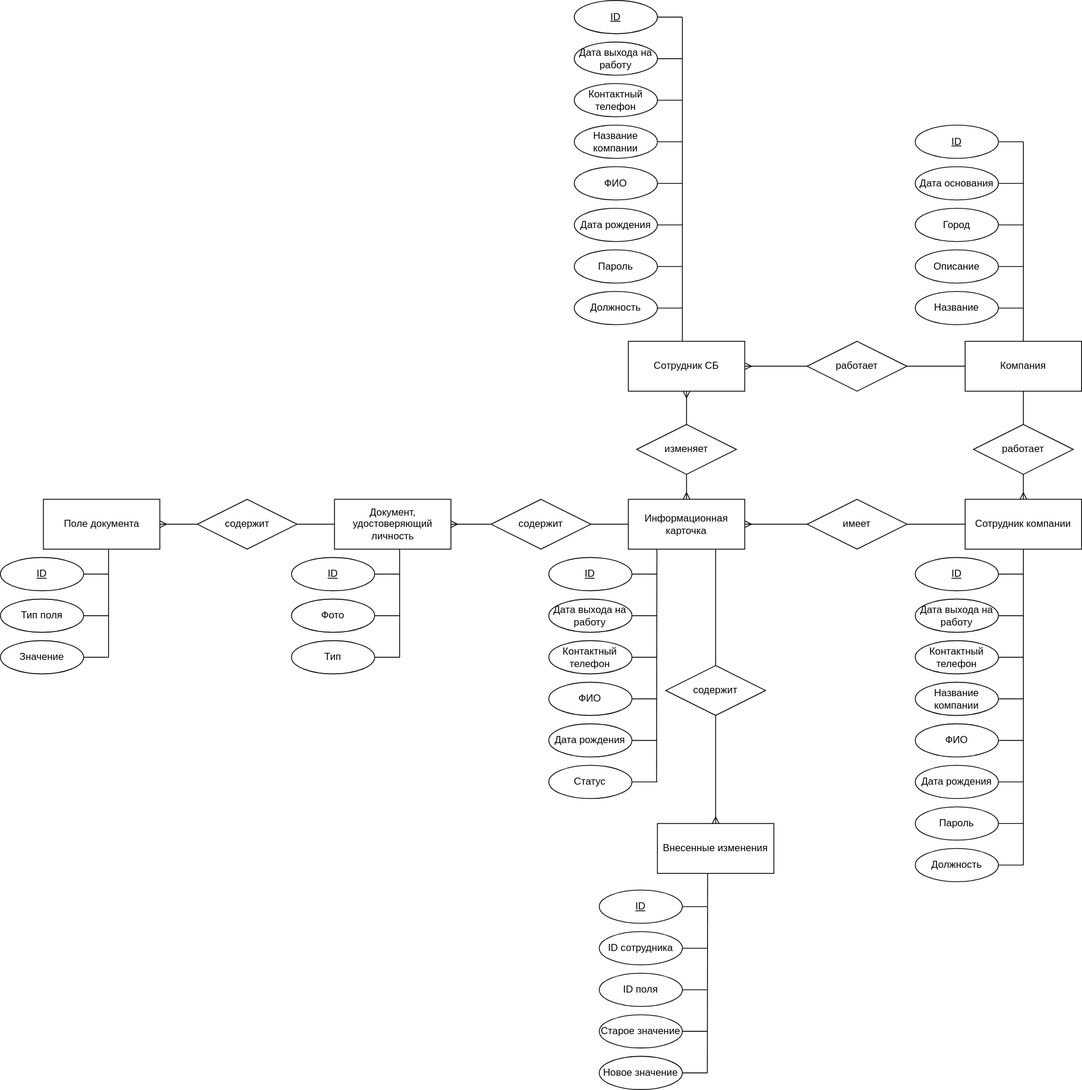
Earlier version of the draw.io export diagrams/ER.svg (pstpn/PPO). Source tidied: cells renumbered, new cells last; positions are measured from the earlier drawing's top-left corner, leaving out a move shared by most shapes.
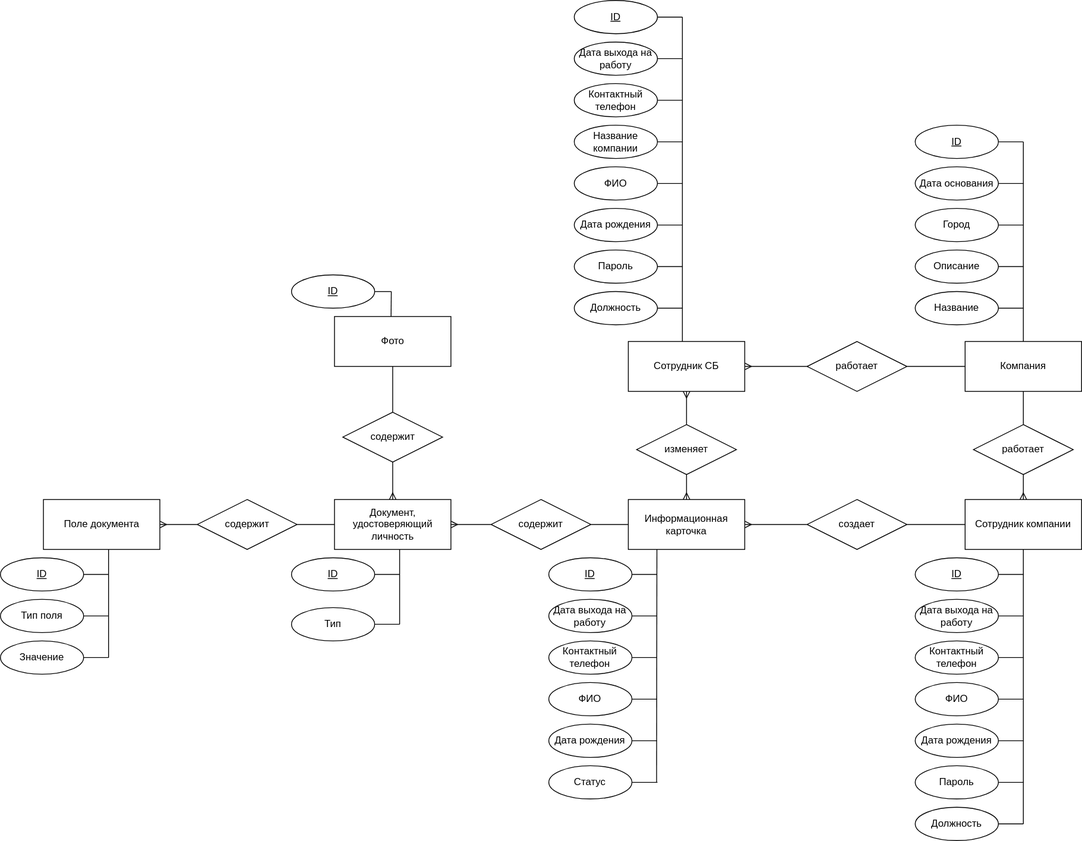
Later version of the same file.

Diff of the diagram source:
```diff
@@ -76,7 +76,7 @@
     <mxCell id="25" style="fontSize=12;html=1;endArrow=none;rounded=0;endFill=0;" parent="1" edge="1" source="26" target="21">
       <mxGeometry relative="1" as="geometry" />
     </mxCell>
-    <mxCell id="26" value="имеет" style="shape=rhombus;perimeter=rhombusPerimeter;whiteSpace=wrap;html=1;align=center;" parent="1" vertex="1">
+    <mxCell id="26" value="создает" style="shape=rhombus;perimeter=rhombusPerimeter;whiteSpace=wrap;html=1;align=center;" parent="1" vertex="1">
       <mxGeometry x="970" y="600" width="120" height="60" as="geometry" />
     </mxCell>
     <mxCell id="27" value="ФИО" style="ellipse;whiteSpace=wrap;html=1;align=center;" parent="1" vertex="1">
@@ -173,7 +173,7 @@
       </mxGeometry>
     </mxCell>
     <mxCell id="46" value="Должность" style="ellipse;whiteSpace=wrap;html=1;align=center;" parent="1" vertex="1">
-      <mxGeometry x="1100" y="1020" width="100" height="40" as="geometry" />
+      <mxGeometry x="1100" y="970" width="100" height="40" as="geometry" />
     </mxCell>
     <mxCell id="47" value="ID" style="ellipse;whiteSpace=wrap;html=1;align=center;fontStyle=4;" parent="1" vertex="1">
       <mxGeometry x="1100" y="670" width="100" height="40" as="geometry" />
@@ -185,16 +185,13 @@
       <mxGeometry x="1100" y="770" width="100" height="40" as="geometry" />
     </mxCell>
     <mxCell id="50" value="Пароль" style="ellipse;whiteSpace=wrap;html=1;align=center;" parent="1" vertex="1">
-      <mxGeometry x="1100" y="970" width="100" height="40" as="geometry" />
+      <mxGeometry x="1100" y="920" width="100" height="40" as="geometry" />
     </mxCell>
     <mxCell id="51" value="Дата рождения" style="ellipse;whiteSpace=wrap;html=1;align=center;" parent="1" vertex="1">
-      <mxGeometry x="1100" y="920" width="100" height="40" as="geometry" />
+      <mxGeometry x="1100" y="870" width="100" height="40" as="geometry" />
     </mxCell>
-    <mxCell id="52" value="Название компании" style="ellipse;whiteSpace=wrap;html=1;align=center;" parent="1" vertex="1">
-      <mxGeometry x="1100" y="820" width="100" height="40" as="geometry" />
-    </mxCell>
     <mxCell id="53" value="ФИО" style="ellipse;whiteSpace=wrap;html=1;align=center;" parent="1" vertex="1">
-      <mxGeometry x="1100" y="870" width="100" height="40" as="geometry" />
+      <mxGeometry x="1100" y="820" width="100" height="40" as="geometry" />
     </mxCell>
     <mxCell id="54" style="endArrow=none;html=1;rounded=0;" parent="1" edge="1" source="48">
       <mxGeometry relative="1" as="geometry">
@@ -211,34 +208,29 @@
         <mxPoint x="1230" y="790" as="targetPoint" />
       </mxGeometry>
     </mxCell>
-    <mxCell id="57" style="endArrow=none;html=1;rounded=0;" parent="1" edge="1" source="52">
-      <mxGeometry relative="1" as="geometry">
-        <mxPoint x="1230" y="840" as="targetPoint" />
-      </mxGeometry>
-    </mxCell>
     <mxCell id="58" style="endArrow=none;html=1;rounded=0;" parent="1" edge="1" source="53">
       <mxGeometry relative="1" as="geometry">
-        <mxPoint x="1230" y="890" as="targetPoint" />
+        <mxPoint x="1230" y="840" as="targetPoint" />
       </mxGeometry>
     </mxCell>
     <mxCell id="59" style="endArrow=none;html=1;rounded=0;" parent="1" edge="1" source="51">
       <mxGeometry relative="1" as="geometry">
-        <mxPoint x="1230" y="940" as="targetPoint" />
+        <mxPoint x="1230" y="890" as="targetPoint" />
       </mxGeometry>
     </mxCell>
     <mxCell id="60" style="endArrow=none;html=1;rounded=0;" parent="1" edge="1" source="50">
       <mxGeometry relative="1" as="geometry">
-        <mxPoint x="1230" y="990" as="targetPoint" />
+        <mxPoint x="1230" y="940" as="targetPoint" />
       </mxGeometry>
     </mxCell>
     <mxCell id="61" style="endArrow=none;html=1;rounded=0;" parent="1" edge="1" source="46">
       <mxGeometry relative="1" as="geometry">
-        <mxPoint x="1230" y="1040" as="targetPoint" />
+        <mxPoint x="1230" y="990" as="targetPoint" />
       </mxGeometry>
     </mxCell>
     <mxCell id="62" style="endArrow=none;html=1;rounded=0;" parent="1" edge="1" target="21">
       <mxGeometry relative="1" as="geometry">
-        <mxPoint x="1230" y="1040" as="sourcePoint" />
+        <mxPoint x="1230" y="990" as="sourcePoint" />
       </mxGeometry>
     </mxCell>
     <mxCell id="63" value="ID" style="ellipse;whiteSpace=wrap;html=1;align=center;fontStyle=4;" parent="1" vertex="1">
@@ -293,17 +285,9 @@
     <mxCell id="75" value="ID" style="ellipse;whiteSpace=wrap;html=1;align=center;fontStyle=4;" parent="1" vertex="1">
       <mxGeometry x="350" y="670" width="100" height="40" as="geometry" />
     </mxCell>
-    <mxCell id="76" value="Фото" style="ellipse;whiteSpace=wrap;html=1;align=center;" parent="1" vertex="1">
-      <mxGeometry x="350" y="720" width="100" height="40" as="geometry" />
-    </mxCell>
     <mxCell id="77" value="Тип" style="ellipse;whiteSpace=wrap;html=1;align=center;" parent="1" vertex="1">
-      <mxGeometry x="350" y="770" width="100" height="40" as="geometry" />
+      <mxGeometry x="350" y="730" width="100" height="40" as="geometry" />
     </mxCell>
-    <mxCell id="78" style="endArrow=none;html=1;rounded=0;" parent="1" edge="1" source="76">
-      <mxGeometry relative="1" as="geometry">
-        <mxPoint x="480" y="740" as="targetPoint" />
-      </mxGeometry>
-    </mxCell>
     <mxCell id="79" style="endArrow=none;html=1;rounded=0;" parent="1" edge="1" source="75">
       <mxGeometry relative="1" as="geometry">
         <mxPoint x="480" y="690" as="targetPoint" />
@@ -311,12 +295,12 @@
     </mxCell>
     <mxCell id="80" style="endArrow=none;html=1;rounded=0;" parent="1" edge="1" source="77">
       <mxGeometry relative="1" as="geometry">
-        <mxPoint x="480" y="790" as="targetPoint" />
+        <mxPoint x="480" y="750" as="targetPoint" />
       </mxGeometry>
     </mxCell>
     <mxCell id="81" style="endArrow=none;html=1;rounded=0;" parent="1" edge="1">
       <mxGeometry relative="1" as="geometry">
-        <mxPoint x="480" y="790" as="sourcePoint" />
+        <mxPoint x="480" y="750" as="sourcePoint" />
         <mxPoint x="480" y="660" as="targetPoint" />
       </mxGeometry>
     </mxCell>
@@ -371,64 +355,6 @@
         <mxPoint x="130" y="660" as="targetPoint" />
       </mxGeometry>
     </mxCell>
-    <mxCell id="96" style="fontSize=12;html=1;endArrow=ERmany;rounded=0;" parent="1" edge="1" source="98" target="99">
-      <mxGeometry relative="1" as="geometry" />
-    </mxCell>
-    <mxCell id="97" style="fontSize=12;html=1;endArrow=none;rounded=0;endFill=0;entryX=0.75;entryY=1;entryDx=0;entryDy=0;" parent="1" edge="1" source="98" target="23">
-      <mxGeometry relative="1" as="geometry" />
-    </mxCell>
-    <mxCell id="98" value="содержит" style="shape=rhombus;perimeter=rhombusPerimeter;whiteSpace=wrap;html=1;align=center;" parent="1" vertex="1">
-      <mxGeometry x="800" y="800" width="120" height="60" as="geometry" />
-    </mxCell>
-    <mxCell id="99" value="Внесенные изменения" style="shape=ext;margin=3;double=0;whiteSpace=wrap;html=1;align=center;" parent="1" vertex="1">
-      <mxGeometry x="790" y="990" width="140" height="60" as="geometry" />
-    </mxCell>
-    <mxCell id="100" value="ID" style="ellipse;whiteSpace=wrap;html=1;align=center;fontStyle=4;" parent="1" vertex="1">
-      <mxGeometry x="720" y="1070" width="100" height="40" as="geometry" />
-    </mxCell>
-    <mxCell id="101" value="ID сотрудника" style="ellipse;whiteSpace=wrap;html=1;align=center;" parent="1" vertex="1">
-      <mxGeometry x="720" y="1120" width="100" height="40" as="geometry" />
-    </mxCell>
-    <mxCell id="102" value="ID поля" style="ellipse;whiteSpace=wrap;html=1;align=center;" parent="1" vertex="1">
-      <mxGeometry x="720" y="1170" width="100" height="40" as="geometry" />
-    </mxCell>
-    <mxCell id="103" value="Новое значение" style="ellipse;whiteSpace=wrap;html=1;align=center;" parent="1" vertex="1">
-      <mxGeometry x="720" y="1270" width="100" height="40" as="geometry" />
-    </mxCell>
-    <mxCell id="104" value="Старое значение" style="ellipse;whiteSpace=wrap;html=1;align=center;" parent="1" vertex="1">
-      <mxGeometry x="720" y="1220" width="100" height="40" as="geometry" />
-    </mxCell>
-    <mxCell id="105" style="endArrow=none;html=1;rounded=0;" parent="1" edge="1" source="101">
-      <mxGeometry relative="1" as="geometry">
-        <mxPoint x="850" y="1140" as="targetPoint" />
-      </mxGeometry>
-    </mxCell>
-    <mxCell id="106" style="endArrow=none;html=1;rounded=0;" parent="1" edge="1" source="100">
-      <mxGeometry relative="1" as="geometry">
-        <mxPoint x="850" y="1090" as="targetPoint" />
-      </mxGeometry>
-    </mxCell>
-    <mxCell id="107" style="endArrow=none;html=1;rounded=0;" parent="1" edge="1" source="102">
-      <mxGeometry relative="1" as="geometry">
-        <mxPoint x="850" y="1190" as="targetPoint" />
-      </mxGeometry>
-    </mxCell>
-    <mxCell id="108" style="endArrow=none;html=1;rounded=0;" parent="1" edge="1" source="104">
-      <mxGeometry relative="1" as="geometry">
-        <mxPoint x="850" y="1240" as="targetPoint" />
-      </mxGeometry>
-    </mxCell>
-    <mxCell id="109" style="endArrow=none;html=1;rounded=0;" parent="1" edge="1" source="103">
-      <mxGeometry relative="1" as="geometry">
-        <mxPoint x="850" y="1290" as="targetPoint" />
-      </mxGeometry>
-    </mxCell>
-    <mxCell id="110" style="endArrow=none;html=1;rounded=0;" parent="1" edge="1">
-      <mxGeometry relative="1" as="geometry">
-        <mxPoint x="850" y="1290" as="sourcePoint" />
-        <mxPoint x="850.3" y="1050" as="targetPoint" />
-      </mxGeometry>
-    </mxCell>
     <mxCell id="111" value="Статус" style="ellipse;whiteSpace=wrap;html=1;align=center;" parent="1" vertex="1">
       <mxGeometry x="659.4" y="920" width="100" height="40" as="geometry" />
     </mxCell>
@@ -437,5 +363,30 @@
         <mxPoint x="790" y="940" as="targetPoint" />
       </mxGeometry>
     </mxCell>
+    <mxCell id="113" style="fontSize=12;html=1;endArrow=none;rounded=0;endFill=0;" parent="1" edge="1" source="98" target="76">
+      <mxGeometry relative="1" as="geometry" />
+    </mxCell>
+    <mxCell id="114" style="fontSize=12;html=1;endArrow=ERmany;rounded=0;endFill=0;" parent="1" edge="1" source="98" target="74">
+      <mxGeometry relative="1" as="geometry" />
+    </mxCell>
+    <mxCell id="98" value="содержит" style="shape=rhombus;perimeter=rhombusPerimeter;whiteSpace=wrap;html=1;align=center;" parent="1" vertex="1">
+      <mxGeometry x="411.7" y="495" width="120" height="60" as="geometry" />
+    </mxCell>
+    <mxCell id="76" value="Фото" style="shape=ext;margin=3;double=0;whiteSpace=wrap;html=1;align=center;" parent="1" vertex="1">
+      <mxGeometry x="401.7" y="380" width="140" height="60" as="geometry" />
+    </mxCell>
+    <mxCell id="100" value="ID" style="ellipse;whiteSpace=wrap;html=1;align=center;fontStyle=4;" parent="1" vertex="1">
+      <mxGeometry x="350" y="330" width="100" height="40" as="geometry" />
+    </mxCell>
+    <mxCell id="115" style="endArrow=none;html=1;rounded=0;" parent="1" edge="1" source="100">
+      <mxGeometry relative="1" as="geometry">
+        <mxPoint x="470" y="350" as="targetPoint" />
+      </mxGeometry>
+    </mxCell>
+    <mxCell id="116" style="endArrow=none;html=1;rounded=0;exitX=0.486;exitY=-0.003;exitDx=0;exitDy=0;exitPerimeter=0;" parent="1" edge="1" source="76">
+      <mxGeometry relative="1" as="geometry">
+        <mxPoint x="470" y="350" as="targetPoint" />
+      </mxGeometry>
+    </mxCell>
   </root>
 </mxGraphModel>
```
